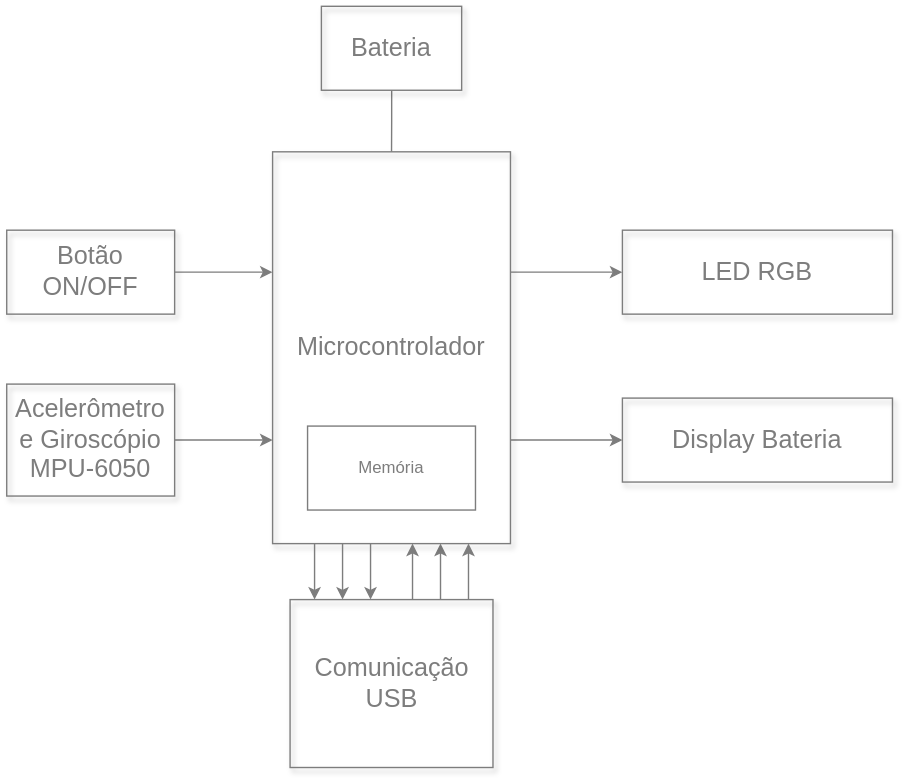
Before: projetos/tennistracker/diagrama_estrutural.svg, a diagram exported from draw.io (teaching-FEEC/ea075-2024.1). Source tidied: cells renumbered, new cells last; positions are measured from the earlier drawing's top-left corner, leaving out a move shared by most shapes.
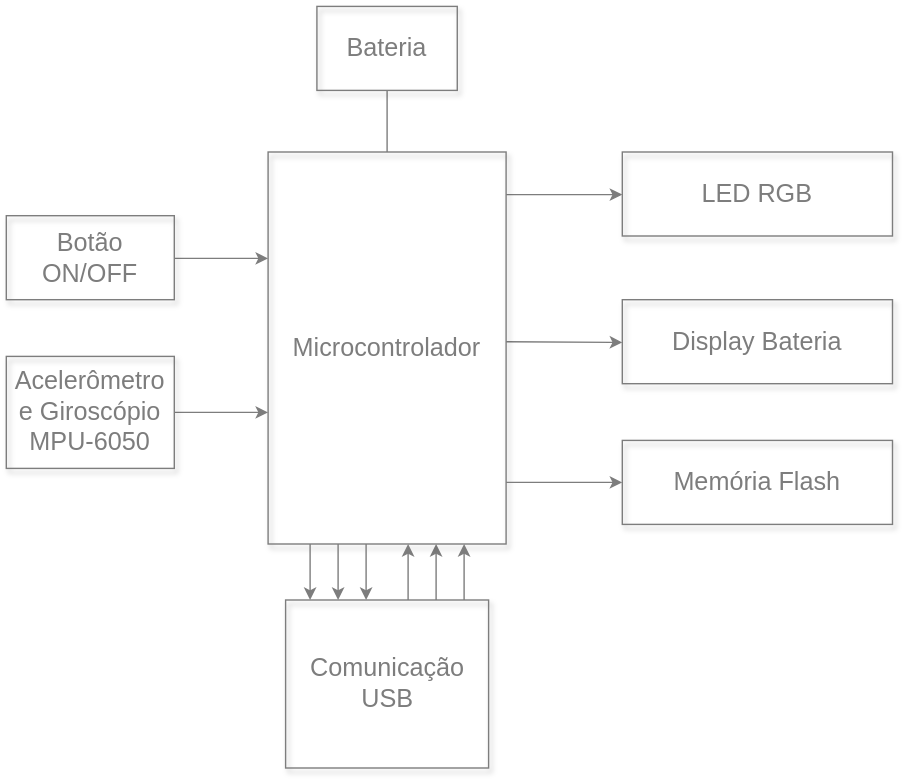
Above is the later version.

Diff of the diagram source:
```diff
@@ -5,8 +5,10 @@
     <mxCell id="2" style="edgeStyle=elbowEdgeStyle;rounded=0;html=1;startArrow=none;startFill=0;jettySize=auto;fontSize=18;elbow=vertical;strokeColor=#7d7d7d;" parent="1" edge="1" source="5" target="6">
       <mxGeometry relative="1" as="geometry" />
     </mxCell>
-    <mxCell id="3" style="edgeStyle=elbowEdgeStyle;rounded=0;html=1;startArrow=none;startFill=0;jettySize=auto;fontSize=18;elbow=vertical;strokeColor=#7d7d7d;" parent="1" edge="1" source="5" target="7">
-      <mxGeometry relative="1" as="geometry" />
+    <mxCell id="3" style="edgeStyle=elbowEdgeStyle;rounded=0;html=1;startArrow=none;startFill=0;jettySize=auto;fontSize=18;elbow=vertical;strokeColor=#7d7d7d;" parent="1" edge="1" target="7">
+      <mxGeometry relative="1" as="geometry">
+        <mxPoint x="360" y="239.5" as="sourcePoint" />
+      </mxGeometry>
     </mxCell>
     <mxCell id="4" style="edgeStyle=elbowEdgeStyle;rounded=0;html=1;startArrow=none;startFill=0;jettySize=auto;fontSize=18;strokeColor=#7d7d7d;" parent="1" edge="1" source="12" target="5">
       <mxGeometry relative="1" as="geometry">
@@ -19,22 +21,22 @@
       <mxGeometry x="190" y="104" width="170" height="280" as="geometry" />
     </mxCell>
     <mxCell id="6" value="LED RGB" style="whiteSpace=wrap;html=1;shadow=1;fontSize=18;fillColor=none;strokeColor=#7D7D7D;align=center;verticalAlign=middle;fontFamily=Helvetica;fontColor=#7D7D7D;" parent="1" vertex="1">
-      <mxGeometry x="440" y="160" width="193" height="60" as="geometry" />
+      <mxGeometry x="443" y="104" width="193" height="60" as="geometry" />
     </mxCell>
     <mxCell id="7" value="Display Bateria" style="whiteSpace=wrap;html=1;shadow=1;fontSize=18;fillColor=none;strokeColor=#7D7D7D;align=center;verticalAlign=middle;fontFamily=Helvetica;fontColor=#7D7D7D;" parent="1" vertex="1">
-      <mxGeometry x="440" y="280" width="193" height="60" as="geometry" />
+      <mxGeometry x="443" y="209.5" width="193" height="60" as="geometry" />
     </mxCell>
     <mxCell id="8" style="edgeStyle=elbowEdgeStyle;rounded=0;html=1;startArrow=none;startFill=0;jettySize=auto;fontSize=18;elbow=vertical;strokeColor=#7d7d7d;exitX=1;exitY=0.5;exitDx=0;exitDy=0;" parent="1" edge="1" source="9" target="5">
       <mxGeometry relative="1" as="geometry" />
     </mxCell>
     <mxCell id="9" value="Acelerômetro&lt;div&gt;e Giroscópio&lt;/div&gt;&lt;div&gt;MPU-6050&lt;br&gt;&lt;/div&gt;" style="whiteSpace=wrap;html=1;shadow=1;fontSize=18;fillColor=none;strokeColor=#7D7D7D;align=center;verticalAlign=middle;fontFamily=Helvetica;fontColor=#7D7D7D;" parent="1" vertex="1">
-      <mxGeometry y="270" width="120" height="80" as="geometry" />
+      <mxGeometry x="3" y="250" width="120" height="80" as="geometry" />
     </mxCell>
     <mxCell id="10" style="edgeStyle=elbowEdgeStyle;rounded=0;html=1;startArrow=none;startFill=0;jettySize=auto;fontSize=18;elbow=vertical;strokeColor=#7d7d7d;" parent="1" edge="1" source="11" target="5">
       <mxGeometry relative="1" as="geometry" />
     </mxCell>
     <mxCell id="11" value="Botão ON/OFF" style="whiteSpace=wrap;html=1;shadow=1;fontSize=18;fillColor=none;strokeColor=#7D7D7D;align=center;verticalAlign=middle;fontFamily=Helvetica;fontColor=#7D7D7D;" parent="1" vertex="1">
-      <mxGeometry y="160" width="120" height="60" as="geometry" />
+      <mxGeometry x="3" y="149.5" width="120" height="60" as="geometry" />
     </mxCell>
     <mxCell id="12" value="Comunicação&lt;div&gt;USB&lt;/div&gt;" style="whiteSpace=wrap;html=1;shadow=1;fontSize=18;fillColor=none;strokeColor=#7D7D7D;align=center;verticalAlign=middle;fontFamily=Helvetica;fontColor=#7D7D7D;" parent="1" vertex="1">
       <mxGeometry x="202.5" y="424" width="145" height="120" as="geometry" />
@@ -93,8 +95,13 @@
     <mxCell id="19" value="Bateria" style="whiteSpace=wrap;html=1;shadow=1;fontSize=18;fillColor=none;strokeColor=#7D7D7D;align=center;verticalAlign=middle;fontFamily=Helvetica;fontColor=#7D7D7D;" parent="1" vertex="1">
       <mxGeometry x="224.9" width="100.2" height="60" as="geometry" />
     </mxCell>
-    <mxCell id="20" value="&lt;font color=&quot;#7d7d7d&quot;&gt;Memória&lt;/font&gt;" style="rounded=0;whiteSpace=wrap;html=1;fillColor=none;strokeColor=#7D7D7D;" parent="1" vertex="1">
-      <mxGeometry x="215" y="300" width="120" height="60" as="geometry" />
-    </mxCell>
+    <mxCell id="21" value="Memória Flash" style="whiteSpace=wrap;html=1;shadow=1;fontSize=18;fillColor=none;strokeColor=#7D7D7D;align=center;verticalAlign=middle;fontFamily=Helvetica;fontColor=#7D7D7D;" parent="1" vertex="1">
+      <mxGeometry x="443" y="310" width="193" height="60" as="geometry" />
+    </mxCell>
+    <mxCell id="22" style="edgeStyle=elbowEdgeStyle;rounded=0;html=1;startArrow=none;startFill=0;jettySize=auto;fontSize=18;elbow=vertical;strokeColor=#7d7d7d;entryX=0;entryY=0.5;entryDx=0;entryDy=0;exitX=1;exitY=0.75;exitDx=0;exitDy=0;" parent="1" edge="1" target="21">
+      <mxGeometry relative="1" as="geometry">
+        <mxPoint x="360" y="340" as="sourcePoint" />
+      </mxGeometry>
+    </mxCell>
   </root>
 </mxGraphModel>
```
